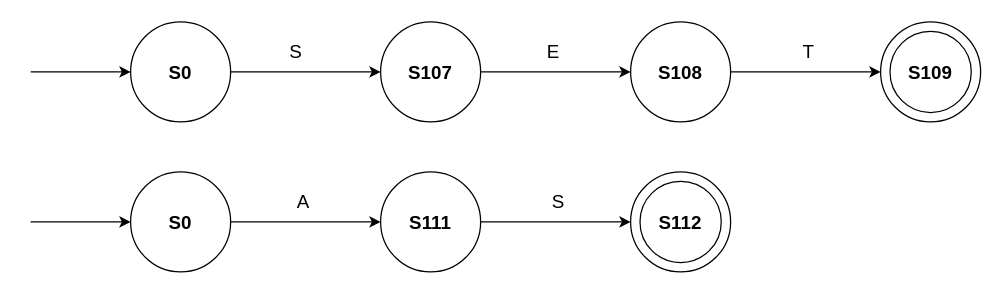
Earlier version of the draw.io diagram identifierWords.drawio (MonaJea-Ng/Projects). Source tidied: cells renumbered, new cells numbered last; positions are measured from the earlier drawing's top-left corner, leaving out a move shared by most shapes. Both pictures are drawn from the tidied source at 125%, with x=0, y=0 at pixel (30, 21).
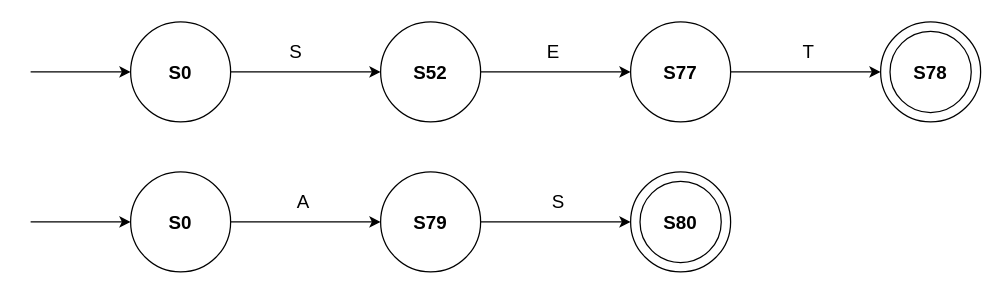
Above is the later version.

The edit, as a diff of the source:
```diff
@@
-    <mxCell id="6" value="&lt;b style=&quot;font-size: 15px;&quot;&gt;S107&lt;/b&gt;" style="text;html=1;strokeColor=none;fillColor=none;align=center;verticalAlign=middle;whiteSpace=wrap;rounded=0;fontSize=15;" parent="1" vertex="1">
+    <mxCell id="6" value="&lt;b style=&quot;font-size: 15px;&quot;&gt;S52&lt;/b&gt;" style="text;html=1;strokeColor=none;fillColor=none;align=center;verticalAlign=middle;whiteSpace=wrap;rounded=0;fontSize=15;" parent="1" vertex="1">
       <mxGeometry x="290" y="25" width="60" height="30" as="geometry" />
     </mxCell>
-    <mxCell id="7" value="&lt;b&gt;&lt;font style=&quot;font-size: 15px;&quot;&gt;S108&lt;/font&gt;&lt;/b&gt;" style="text;html=1;strokeColor=none;fillColor=none;align=center;verticalAlign=middle;whiteSpace=wrap;rounded=0;" parent="1" vertex="1">
+    <mxCell id="7" value="&lt;b&gt;&lt;font style=&quot;font-size: 15px;&quot;&gt;S77&lt;/font&gt;&lt;/b&gt;" style="text;html=1;strokeColor=none;fillColor=none;align=center;verticalAlign=middle;whiteSpace=wrap;rounded=0;" parent="1" vertex="1">
       <mxGeometry x="490" y="25" width="60" height="30" as="geometry" />
     </mxCell>
@@
-    <mxCell id="12" value="&lt;b&gt;&lt;font style=&quot;font-size: 15px;&quot;&gt;S109&lt;/font&gt;&lt;/b&gt;" style="text;html=1;strokeColor=none;fillColor=none;align=center;verticalAlign=middle;whiteSpace=wrap;rounded=0;" parent="1" vertex="1">
+    <mxCell id="12" value="&lt;b&gt;&lt;font style=&quot;font-size: 15px;&quot;&gt;S78&lt;/font&gt;&lt;/b&gt;" style="text;html=1;strokeColor=none;fillColor=none;align=center;verticalAlign=middle;whiteSpace=wrap;rounded=0;" parent="1" vertex="1">
       <mxGeometry x="690" y="25" width="60" height="30" as="geometry" />
     </mxCell>
@@
-    <mxCell id="23" value="&lt;b&gt;&lt;font style=&quot;font-size: 15px;&quot;&gt;S111&lt;/font&gt;&lt;/b&gt;" style="text;html=1;strokeColor=none;fillColor=none;align=center;verticalAlign=middle;whiteSpace=wrap;rounded=0;" parent="1" vertex="1">
+    <mxCell id="23" value="&lt;b&gt;&lt;font style=&quot;font-size: 15px;&quot;&gt;S79&lt;/font&gt;&lt;/b&gt;" style="text;html=1;strokeColor=none;fillColor=none;align=center;verticalAlign=middle;whiteSpace=wrap;rounded=0;" parent="1" vertex="1">
       <mxGeometry x="290" y="145" width="60" height="30" as="geometry" />
     </mxCell>
@@
-    <mxCell id="28" value="&lt;b&gt;&lt;font style=&quot;font-size: 15px;&quot;&gt;S112&lt;/font&gt;&lt;/b&gt;" style="text;html=1;strokeColor=none;fillColor=none;align=center;verticalAlign=middle;whiteSpace=wrap;rounded=0;" parent="1" vertex="1">
+    <mxCell id="28" value="&lt;b&gt;&lt;font style=&quot;font-size: 15px;&quot;&gt;S80&lt;/font&gt;&lt;/b&gt;" style="text;html=1;strokeColor=none;fillColor=none;align=center;verticalAlign=middle;whiteSpace=wrap;rounded=0;" parent="1" vertex="1">
       <mxGeometry x="490" y="145" width="60" height="30" as="geometry" />
     </mxCell>
```
